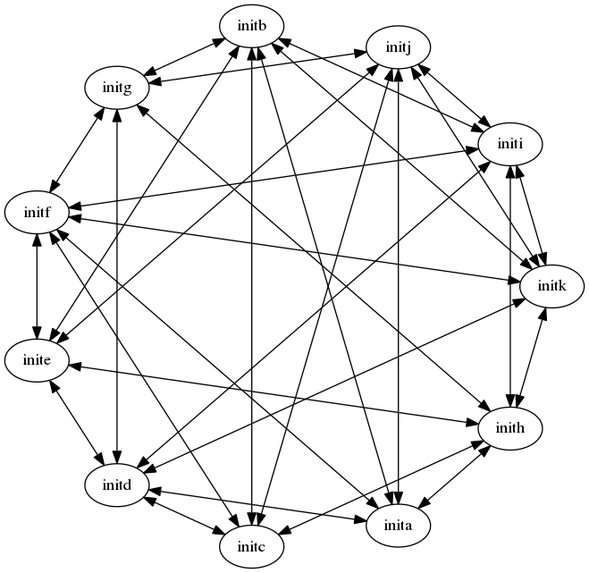
This is star.png from EOSIO/eos, a Graphviz export, as it was before one commit. Its source is kept beside it as star.dot.
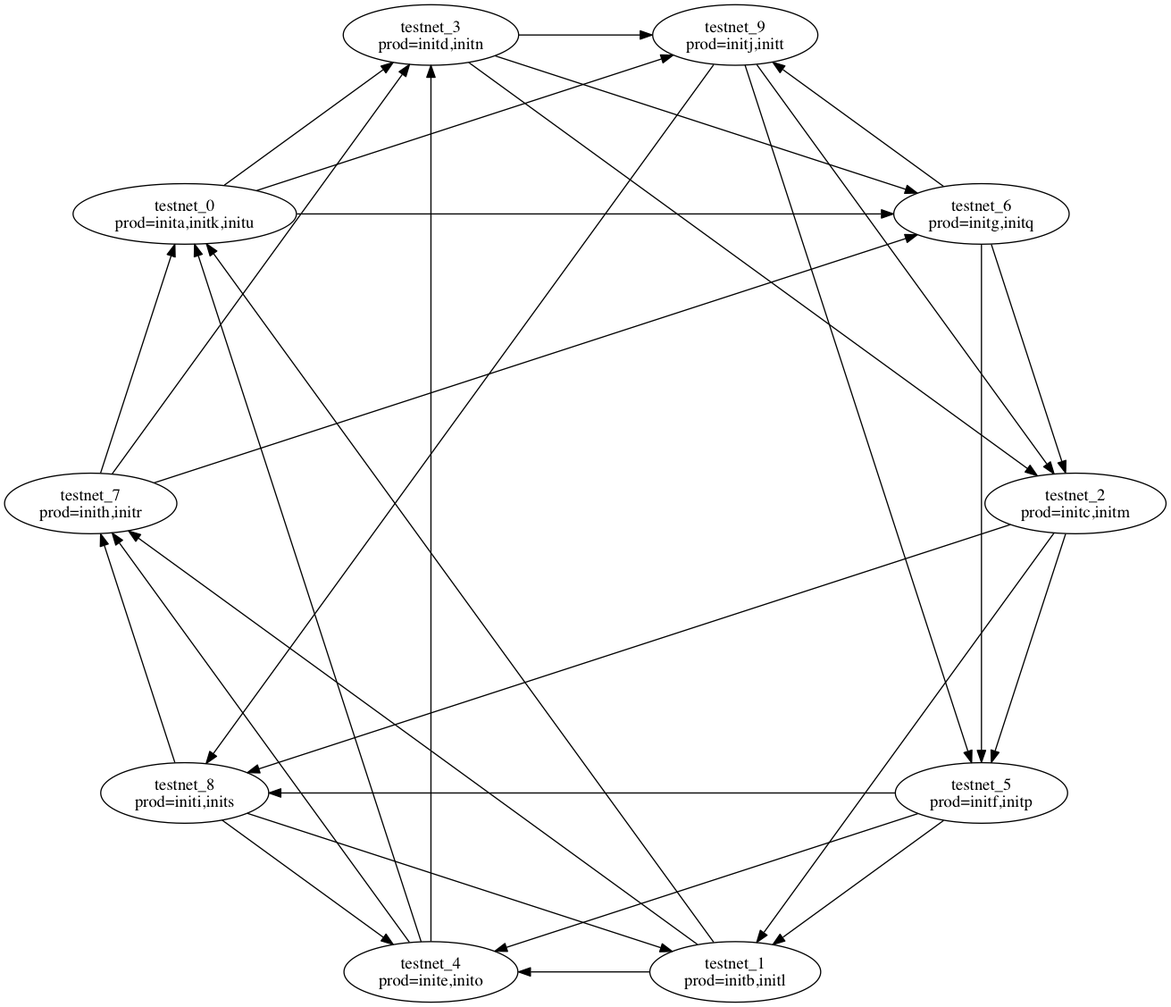
Above is the later version.

The edit, as a diff of the source:
```diff
@@ -1,43 +1,34 @@
 digraph G
 {
-  inita->initb [dir="both"]
-  inita->initd [dir="both"]
-  inita->initf [dir="both"]
-  inita->inith [dir="both"]
-  inita->initj [dir="both"]
-
-  initb->initc [dir="both"]
-  initb->inite [dir="both"]
-  initb->initg [dir="both"]
-  initb->initi [dir="both"]
-  initb->initk [dir="both"]
-
-  initc->initd [dir="both"]
-  initc->initf [dir="both"]
-  initc->inith [dir="both"]
-  initc->initj [dir="both"]
-
-  initd->inite [dir="both"]
-  initd->initg [dir="both"]
-  initd->initi [dir="both"]
-  initd->initk [dir="both"]
-
-  inite->initf [dir="both"]
-  inite->inith [dir="both"]
-  inite->initj [dir="both"]
-
-  initf->initg [dir="both"]
-  initf->initi [dir="both"]
-  initf->initk [dir="both"]
-
-  initg->inith [dir="both"]
-  initg->initj [dir="both"]
-
-  inith->initi [dir="both"]
-  inith->initk [dir="both"]
-
-  initi->initj [dir="both"]
-  initi->initk [dir="both"]
-
-  initj->initk [dir="both"]
+layout="circo";
+"testnet_0\nprod=inita,initk,initu"->"testnet_3\nprod=initd,initn" [dir="forward"];
+"testnet_0\nprod=inita,initk,initu"->"testnet_6\nprod=initg,initq" [dir="forward"];
+"testnet_0\nprod=inita,initk,initu"->"testnet_9\nprod=initj,initt" [dir="forward"];
+"testnet_1\nprod=initb,initl"->"testnet_4\nprod=inite,inito" [dir="forward"];
+"testnet_1\nprod=initb,initl"->"testnet_7\nprod=inith,initr" [dir="forward"];
+"testnet_1\nprod=initb,initl"->"testnet_0\nprod=inita,initk,initu" [dir="forward"];
+"testnet_2\nprod=initc,initm"->"testnet_5\nprod=initf,initp" [dir="forward"];
+"testnet_2\nprod=initc,initm"->"testnet_8\nprod=initi,inits" [dir="forward"];
+"testnet_2\nprod=initc,initm"->"testnet_1\nprod=initb,initl" [dir="forward"];
+"testnet_3\nprod=initd,initn"->"testnet_6\nprod=initg,initq" [dir="forward"];
+"testnet_3\nprod=initd,initn"->"testnet_9\nprod=initj,initt" [dir="forward"];
+"testnet_3\nprod=initd,initn"->"testnet_2\nprod=initc,initm" [dir="forward"];
+"testnet_4\nprod=inite,inito"->"testnet_7\nprod=inith,initr" [dir="forward"];
+"testnet_4\nprod=inite,inito"->"testnet_0\nprod=inita,initk,initu" [dir="forward"];
+"testnet_4\nprod=inite,inito"->"testnet_3\nprod=initd,initn" [dir="forward"];
+"testnet_5\nprod=initf,initp"->"testnet_8\nprod=initi,inits" [dir="forward"];
+"testnet_5\nprod=initf,initp"->"testnet_1\nprod=initb,initl" [dir="forward"];
+"testnet_5\nprod=initf,initp"->"testnet_4\nprod=inite,inito" [dir="forward"];
+"testnet_6\nprod=initg,initq"->"testnet_9\nprod=initj,initt" [dir="forward"];
+"testnet_6\nprod=initg,initq"->"testnet_2\nprod=initc,initm" [dir="forward"];
+"testnet_6\nprod=initg,initq"->"testnet_5\nprod=initf,initp" [dir="forward"];
+"testnet_7\nprod=inith,initr"->"testnet_0\nprod=inita,initk,initu" [dir="forward"];
+"testnet_7\nprod=inith,initr"->"testnet_3\nprod=initd,initn" [dir="forward"];
+"testnet_7\nprod=inith,initr"->"testnet_6\nprod=initg,initq" [dir="forward"];
+"testnet_8\nprod=initi,inits"->"testnet_1\nprod=initb,initl" [dir="forward"];
+"testnet_8\nprod=initi,inits"->"testnet_4\nprod=inite,inito" [dir="forward"];
+"testnet_8\nprod=initi,inits"->"testnet_7\nprod=inith,initr" [dir="forward"];
+"testnet_9\nprod=initj,initt"->"testnet_2\nprod=initc,initm" [dir="forward"];
+"testnet_9\nprod=initj,initt"->"testnet_5\nprod=initf,initp" [dir="forward"];
+"testnet_9\nprod=initj,initt"->"testnet_8\nprod=initi,inits" [dir="forward"];
 }
```
